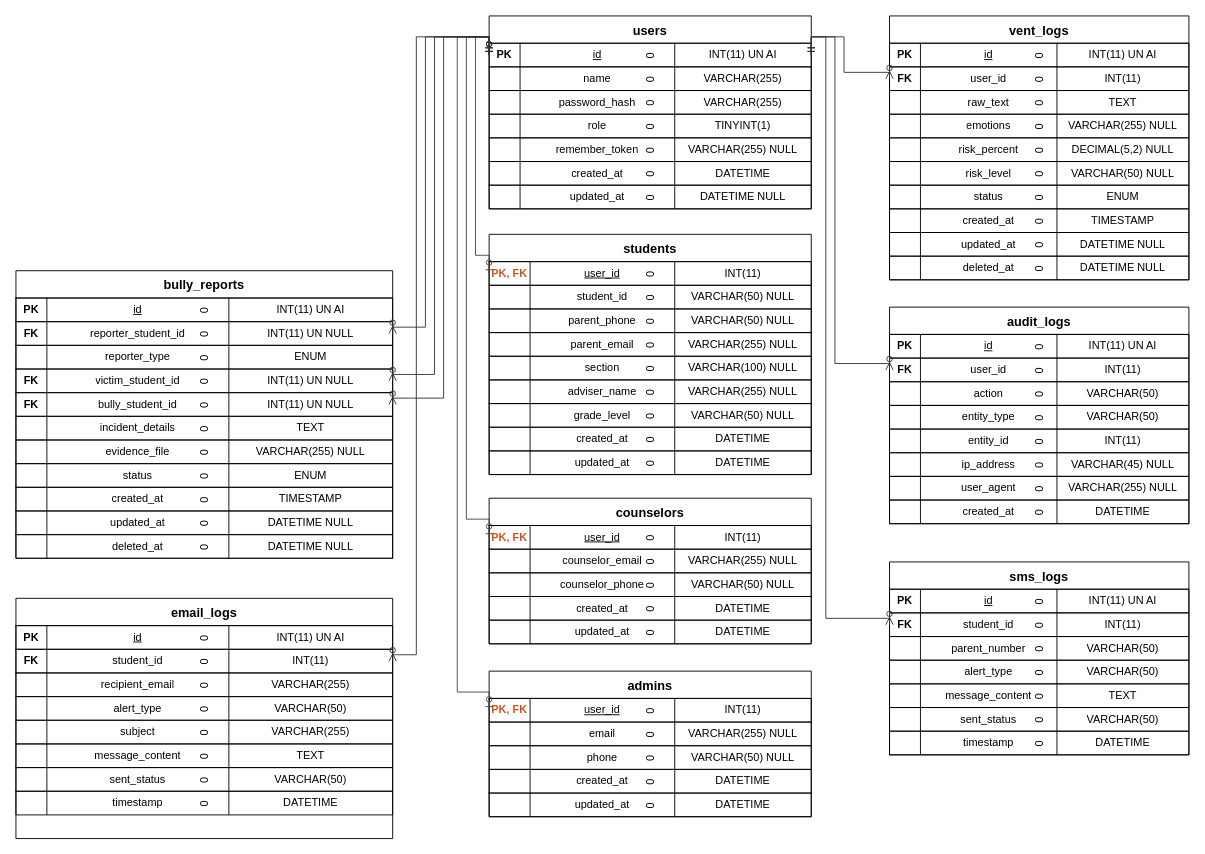
CrayCray3000/StudentShield-SoftwareEngineering keeps this draw.io diagram as docs/erd_diagram.drawio. Above is the earlier version. Source tidied: cells renumbered, new cells numbered last; positions are measured from the earlier drawing's top-left corner, leaving out a move shared by most shapes. Both pictures are drawn from the tidied source at 91%, with x=0, y=0 at pixel (15, 15).
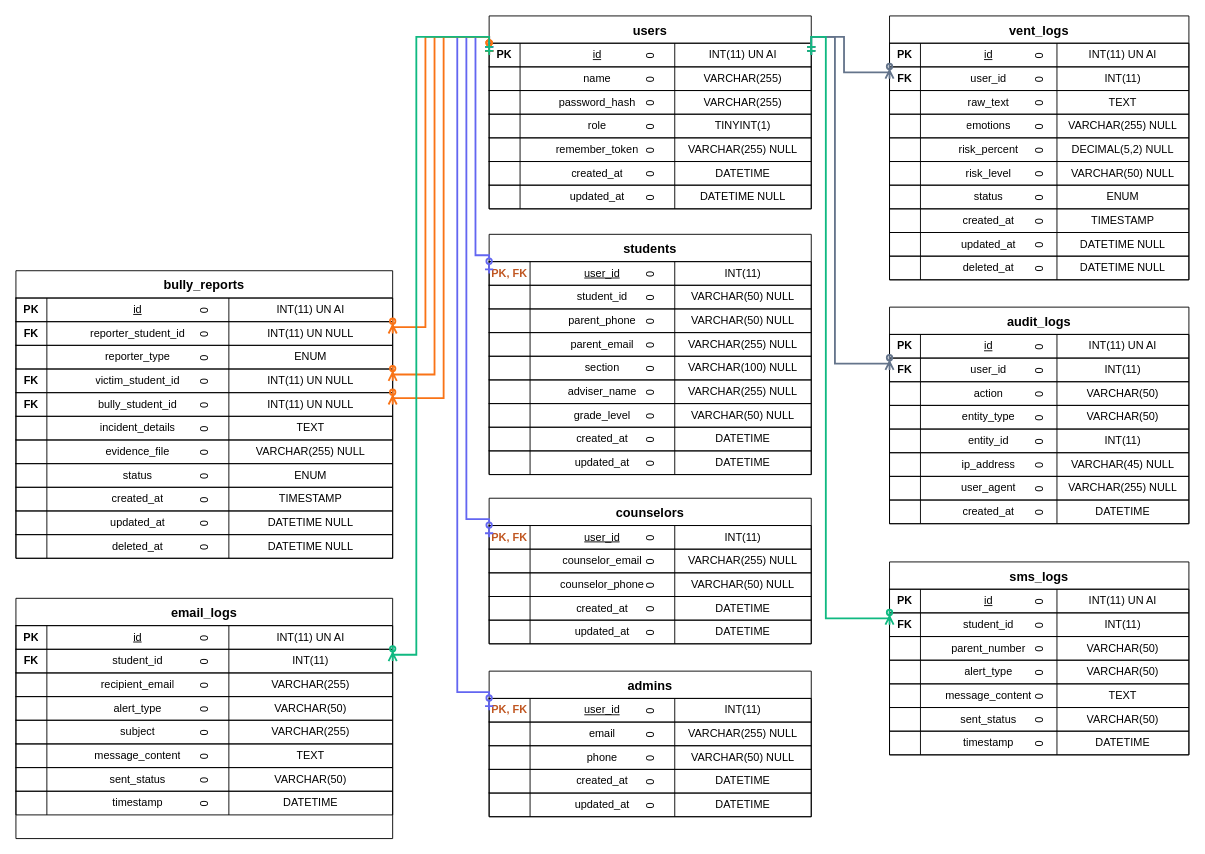
The same page after the edit.

Commit message (it also covers changes not shown here):
Doc: enhance ERD with thicker, color-coded relationship lines and legends

Unchanged cells that the change refers to:
```xml
<mxCell id="3" value="0" style="shape=tableRow;horizontal=0;startSize=0;swimlaneHead=0;swimlaneBody=0;fillColor=none;points=[[0,0.5],[1,0.5]];portConstraint=eastwest;fontSize=12;strokeColor=inherit;" parent="2" vertex="1">
  <mxGeometry y="30" width="354" height="26" as="geometry" />
</mxCell>
<mxCell id="32" value="0" style="shape=tableRow;horizontal=0;startSize=0;swimlaneHead=0;swimlaneBody=0;fillColor=none;points=[[0,0.5],[1,0.5]];portConstraint=eastwest;fontSize=12;strokeColor=inherit;" parent="31" vertex="1">
  <mxGeometry y="30" width="354" height="26" as="geometry" />
</mxCell>
<mxCell id="69" value="0" style="shape=tableRow;horizontal=0;startSize=0;swimlaneHead=0;swimlaneBody=0;fillColor=none;points=[[0,0.5],[1,0.5]];portConstraint=eastwest;fontSize=12;strokeColor=inherit;" parent="68" vertex="1">
  <mxGeometry y="30" width="354" height="26" as="geometry" />
</mxCell>
<mxCell id="90" value="0" style="shape=tableRow;horizontal=0;startSize=0;swimlaneHead=0;swimlaneBody=0;fillColor=none;points=[[0,0.5],[1,0.5]];portConstraint=eastwest;fontSize=12;strokeColor=inherit;" parent="89" vertex="1">
  <mxGeometry y="30" width="354" height="26" as="geometry" />
</mxCell>
<mxCell id="115" value="0" style="shape=tableRow;horizontal=0;startSize=0;swimlaneHead=0;swimlaneBody=0;fillColor=none;points=[[0,0.5],[1,0.5]];portConstraint=eastwest;fontSize=12;strokeColor=inherit;" parent="110" vertex="1">
  <mxGeometry y="56" width="329" height="26" as="geometry" />
</mxCell>
<mxCell id="156" value="0" style="shape=tableRow;horizontal=0;startSize=0;swimlaneHead=0;swimlaneBody=0;fillColor=none;points=[[0,0.5],[1,0.5]];portConstraint=eastwest;fontSize=12;strokeColor=inherit;" parent="151" vertex="1">
  <mxGeometry y="56" width="329" height="26" as="geometry" />
</mxCell>
<mxCell id="189" value="0" style="shape=tableRow;horizontal=0;startSize=0;swimlaneHead=0;swimlaneBody=0;fillColor=none;points=[[0,0.5],[1,0.5]];portConstraint=eastwest;fontSize=12;strokeColor=inherit;" parent="184" vertex="1">
  <mxGeometry y="56" width="329" height="26" as="geometry" />
</mxCell>
<mxCell id="218" value="0" style="shape=tableRow;horizontal=0;startSize=0;swimlaneHead=0;swimlaneBody=0;fillColor=none;points=[[0,0.5],[1,0.5]];portConstraint=eastwest;fontSize=12;strokeColor=inherit;" parent="213" vertex="1">
  <mxGeometry y="56" width="414" height="26" as="geometry" />
</mxCell>
<mxCell id="226" value="0" style="shape=tableRow;horizontal=0;startSize=0;swimlaneHead=0;swimlaneBody=0;fillColor=none;points=[[0,0.5],[1,0.5]];portConstraint=eastwest;fontSize=12;strokeColor=inherit;" parent="213" vertex="1">
  <mxGeometry y="108" width="414" height="26" as="geometry" />
</mxCell>
<mxCell id="230" value="0" style="shape=tableRow;horizontal=0;startSize=0;swimlaneHead=0;swimlaneBody=0;fillColor=none;points=[[0,0.5],[1,0.5]];portConstraint=eastwest;fontSize=12;strokeColor=inherit;" parent="213" vertex="1">
  <mxGeometry y="134" width="414" height="26" as="geometry" />
</mxCell>
<mxCell id="263" value="0" style="shape=tableRow;horizontal=0;startSize=0;swimlaneHead=0;swimlaneBody=0;fillColor=none;points=[[0,0.5],[1,0.5]];portConstraint=eastwest;fontSize=12;strokeColor=inherit;" parent="258" vertex="1">
  <mxGeometry y="56" width="414" height="26" as="geometry" />
</mxCell>
```

What changed in the source:
```diff
@@
-    <mxCell id="291" style="edgeStyle=orthogonalEdgeStyle;rounded=0;jettySize=auto;html=1;endArrow=ERzeroToOne;endFill=0;startArrow=ERmandOne;startFill=0;strokeColor=#444444;exitX=0;exitY=0.5;exitDx=0;exitDy=0;exitPerimeter=0;entryX=0;entryY=0.5;entryDx=0;entryDy=0;entryPerimeter=0;" parent="1" edge="1" source="3" target="32">
+    <mxCell id="291" style="edgeStyle=orthogonalEdgeStyle;rounded=0;jettySize=auto;html=1;endArrow=ERzeroToOne;endFill=0;startArrow=ERmandOne;startFill=0;strokeColor=#6366f1;strokeWidth=2;exitX=0;exitY=0.5;exitDx=0;exitDy=0;exitPerimeter=0;entryX=0;entryY=0.5;entryDx=0;entryDy=0;entryPerimeter=0;" parent="1" edge="1" source="3" target="32">
       <mxGeometry relative="1" as="geometry">
         <Array as="points">
           <mxPoint x="505" y="23" />
           <mxPoint x="505" y="263" />
         </Array>
       </mxGeometry>
     </mxCell>
-    <mxCell id="292" style="edgeStyle=orthogonalEdgeStyle;rounded=0;jettySize=auto;html=1;endArrow=ERzeroToOne;endFill=0;startArrow=ERmandOne;startFill=0;strokeColor=#444444;exitX=0;exitY=0.5;exitDx=0;exitDy=0;exitPerimeter=0;entryX=0;entryY=0.5;entryDx=0;entryDy=0;entryPerimeter=0;" parent="1" edge="1" source="3" target="69">
+    <mxCell id="292" style="edgeStyle=orthogonalEdgeStyle;rounded=0;jettySize=auto;html=1;endArrow=ERzeroToOne;endFill=0;startArrow=ERmandOne;startFill=0;strokeColor=#6366f1;strokeWidth=2;exitX=0;exitY=0.5;exitDx=0;exitDy=0;exitPerimeter=0;entryX=0;entryY=0.5;entryDx=0;entryDy=0;entryPerimeter=0;" parent="1" edge="1" source="3" target="69">
       <mxGeometry relative="1" as="geometry">
         <Array as="points">
           <mxPoint x="495" y="23" />
           <mxPoint x="495" y="553" />
         </Array>
       </mxGeometry>
     </mxCell>
-    <mxCell id="293" style="edgeStyle=orthogonalEdgeStyle;rounded=0;jettySize=auto;html=1;endArrow=ERzeroToOne;endFill=0;startArrow=ERmandOne;startFill=0;strokeColor=#444444;exitX=0;exitY=0.5;exitDx=0;exitDy=0;exitPerimeter=0;entryX=0;entryY=0.5;entryDx=0;entryDy=0;entryPerimeter=0;" parent="1" edge="1" source="3" target="90">
+    <mxCell id="293" style="edgeStyle=orthogonalEdgeStyle;rounded=0;jettySize=auto;html=1;endArrow=ERzeroToOne;endFill=0;startArrow=ERmandOne;startFill=0;strokeColor=#6366f1;strokeWidth=2;exitX=0;exitY=0.5;exitDx=0;exitDy=0;exitPerimeter=0;entryX=0;entryY=0.5;entryDx=0;entryDy=0;entryPerimeter=0;" parent="1" edge="1" source="3" target="90">
       <mxGeometry relative="1" as="geometry">
         <Array as="points">
           <mxPoint x="485" y="23" />
           <mxPoint x="485" y="743" />
         </Array>
       </mxGeometry>
     </mxCell>
-    <mxCell id="294" style="edgeStyle=orthogonalEdgeStyle;rounded=0;jettySize=auto;html=1;endArrow=ERzeroToMany;endFill=0;startArrow=ERmandOne;startFill=0;strokeColor=#333333;exitX=1;exitY=0.5;exitDx=0;exitDy=0;exitPerimeter=0;entryX=0;entryY=0.5;entryDx=0;entryDy=0;entryPerimeter=0;" parent="1" edge="1" source="3" target="115">
+    <mxCell id="294" style="edgeStyle=orthogonalEdgeStyle;rounded=0;jettySize=auto;html=1;endArrow=ERzeroToMany;endFill=0;startArrow=ERmandOne;startFill=0;strokeColor=#64748b;strokeWidth=2;exitX=1;exitY=0.5;exitDx=0;exitDy=0;exitPerimeter=0;entryX=0;entryY=0.5;entryDx=0;entryDy=0;entryPerimeter=0;" parent="1" edge="1" source="3" target="115">
       <mxGeometry relative="1" as="geometry">
         <Array as="points">
           <mxPoint x="910" y="23" />
           <mxPoint x="910" y="62" />
         </Array>
       </mxGeometry>
     </mxCell>
-    <mxCell id="295" style="edgeStyle=orthogonalEdgeStyle;rounded=0;jettySize=auto;html=1;endArrow=ERzeroToMany;endFill=0;startArrow=ERmandOne;startFill=0;strokeColor=#333333;exitX=1;exitY=0.5;exitDx=0;exitDy=0;exitPerimeter=0;entryX=0;entryY=0.5;entryDx=0;entryDy=0;entryPerimeter=0;" parent="1" edge="1" source="3" target="156">
+    <mxCell id="295" style="edgeStyle=orthogonalEdgeStyle;rounded=0;jettySize=auto;html=1;endArrow=ERzeroToMany;endFill=0;startArrow=ERmandOne;startFill=0;strokeColor=#64748b;strokeWidth=2;exitX=1;exitY=0.5;exitDx=0;exitDy=0;exitPerimeter=0;entryX=0;entryY=0.5;entryDx=0;entryDy=0;entryPerimeter=0;" parent="1" edge="1" source="3" target="156">
       <mxGeometry relative="1" as="geometry">
         <Array as="points">
           <mxPoint x="900" y="23" />
           <mxPoint x="900" y="382" />
         </Array>
       </mxGeometry>
     </mxCell>
-    <mxCell id="296" style="edgeStyle=orthogonalEdgeStyle;rounded=0;jettySize=auto;html=1;endArrow=ERzeroToMany;endFill=0;startArrow=ERmandOne;startFill=0;strokeColor=#333333;exitX=1;exitY=0.5;exitDx=0;exitDy=0;exitPerimeter=0;entryX=0;entryY=0.5;entryDx=0;entryDy=0;entryPerimeter=0;" parent="1" edge="1" source="3" target="189">
+    <mxCell id="296" style="edgeStyle=orthogonalEdgeStyle;rounded=0;jettySize=auto;html=1;endArrow=ERzeroToMany;endFill=0;startArrow=ERmandOne;startFill=0;strokeColor=#10b981;strokeWidth=2;exitX=1;exitY=0.5;exitDx=0;exitDy=0;exitPerimeter=0;entryX=0;entryY=0.5;entryDx=0;entryDy=0;entryPerimeter=0;" parent="1" edge="1" source="3" target="189">
       <mxGeometry relative="1" as="geometry">
         <Array as="points">
           <mxPoint x="890" y="23" />
           <mxPoint x="890" y="662" />
         </Array>
       </mxGeometry>
     </mxCell>
-    <mxCell id="297" style="edgeStyle=orthogonalEdgeStyle;rounded=0;jettySize=auto;html=1;endArrow=ERzeroToMany;endFill=0;startArrow=ERzeroToOne;startFill=0;strokeColor=#333333;exitX=0;exitY=0.5;exitDx=0;exitDy=0;exitPerimeter=0;entryX=1;entryY=0.5;entryDx=0;entryDy=0;entryPerimeter=0;" parent="1" edge="1" source="3" target="218">
+    <mxCell id="297" style="edgeStyle=orthogonalEdgeStyle;rounded=0;jettySize=auto;html=1;endArrow=ERzeroToMany;endFill=0;startArrow=ERzeroToOne;startFill=0;strokeColor=#f97316;strokeWidth=2;exitX=0;exitY=0.5;exitDx=0;exitDy=0;exitPerimeter=0;entryX=1;entryY=0.5;entryDx=0;entryDy=0;entryPerimeter=0;" parent="1" edge="1" source="3" target="218">
       <mxGeometry relative="1" as="geometry">
         <Array as="points">
           <mxPoint x="450" y="23" />
           <mxPoint x="450" y="342" />
         </Array>
       </mxGeometry>
     </mxCell>
-    <mxCell id="298" style="edgeStyle=orthogonalEdgeStyle;rounded=0;jettySize=auto;html=1;endArrow=ERzeroToMany;endFill=0;startArrow=ERzeroToOne;startFill=0;strokeColor=#333333;exitX=0;exitY=0.5;exitDx=0;exitDy=0;exitPerimeter=0;entryX=1;entryY=0.5;entryDx=0;entryDy=0;entryPerimeter=0;" parent="1" edge="1" source="3" target="226">
+    <mxCell id="298" style="edgeStyle=orthogonalEdgeStyle;rounded=0;jettySize=auto;html=1;endArrow=ERzeroToMany;endFill=0;startArrow=ERzeroToOne;startFill=0;strokeColor=#f97316;strokeWidth=2;exitX=0;exitY=0.5;exitDx=0;exitDy=0;exitPerimeter=0;entryX=1;entryY=0.5;entryDx=0;entryDy=0;entryPerimeter=0;" parent="1" edge="1" source="3" target="226">
       <mxGeometry relative="1" as="geometry">
         <Array as="points">
           <mxPoint x="460" y="23" />
           <mxPoint x="460" y="394" />
         </Array>
       </mxGeometry>
     </mxCell>
-    <mxCell id="299" style="edgeStyle=orthogonalEdgeStyle;rounded=0;jettySize=auto;html=1;endArrow=ERzeroToMany;endFill=0;startArrow=ERzeroToOne;startFill=0;strokeColor=#333333;exitX=0;exitY=0.5;exitDx=0;exitDy=0;exitPerimeter=0;entryX=1;entryY=0.5;entryDx=0;entryDy=0;entryPerimeter=0;" parent="1" edge="1" source="3" target="230">
+    <mxCell id="299" style="edgeStyle=orthogonalEdgeStyle;rounded=0;jettySize=auto;html=1;endArrow=ERzeroToMany;endFill=0;startArrow=ERzeroToOne;startFill=0;strokeColor=#f97316;strokeWidth=2;exitX=0;exitY=0.5;exitDx=0;exitDy=0;exitPerimeter=0;entryX=1;entryY=0.5;entryDx=0;entryDy=0;entryPerimeter=0;" parent="1" edge="1" source="3" target="230">
       <mxGeometry relative="1" as="geometry">
         <Array as="points">
           <mxPoint x="470" y="23" />
           <mxPoint x="470" y="420" />
         </Array>
       </mxGeometry>
     </mxCell>
-    <mxCell id="300" style="edgeStyle=orthogonalEdgeStyle;rounded=0;jettySize=auto;html=1;endArrow=ERzeroToMany;endFill=0;startArrow=ERmandOne;startFill=0;strokeColor=#333333;exitX=0;exitY=0.5;exitDx=0;exitDy=0;exitPerimeter=0;entryX=1;entryY=0.5;entryDx=0;entryDy=0;entryPerimeter=0;" parent="1" edge="1" source="3" target="263">
+    <mxCell id="300" style="edgeStyle=orthogonalEdgeStyle;rounded=0;jettySize=auto;html=1;endArrow=ERzeroToMany;endFill=0;startArrow=ERmandOne;startFill=0;strokeColor=#10b981;strokeWidth=2;exitX=0;exitY=0.5;exitDx=0;exitDy=0;exitPerimeter=0;entryX=1;entryY=0.5;entryDx=0;entryDy=0;entryPerimeter=0;" parent="1" edge="1" source="3" target="263">
       <mxGeometry relative="1" as="geometry">
         <Array as="points">
           <mxPoint x="440" y="23" />
           <mxPoint x="440" y="702" />
         </Array>
       </mxGeometry>
     </mxCell>
```
